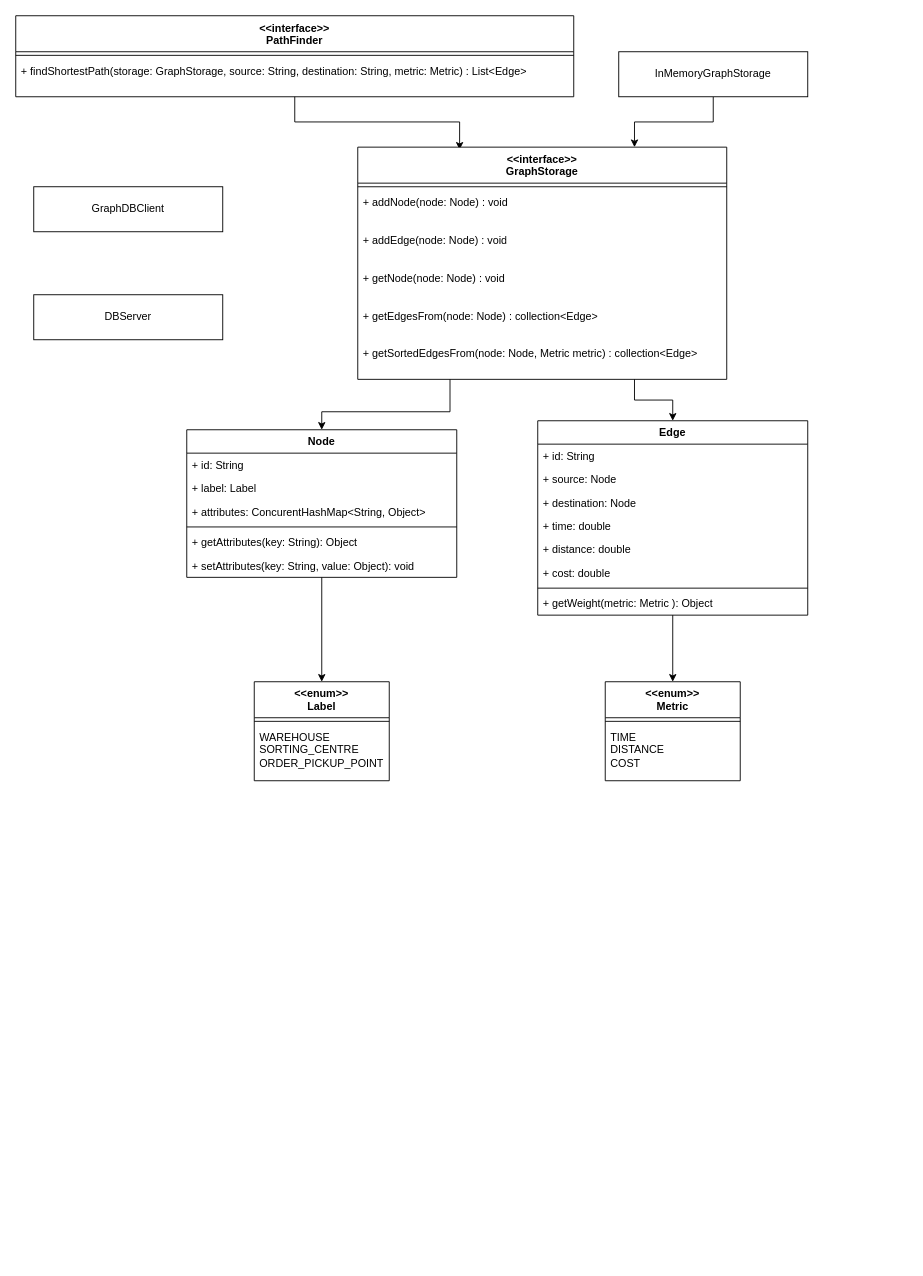
Before: page "Диаграмма классов" (1 of 2) of schema.drawio in burov-sa/distributed-logistics-graph-dbms, a draw.io diagram. Source tidied: cells renumbered, new cells numbered last; positions are measured from the earlier drawing's top-left corner, leaving out a move shared by most shapes. Both pictures are drawn from the tidied source at 90%, with x=0, y=0 at pixel (15, 15).
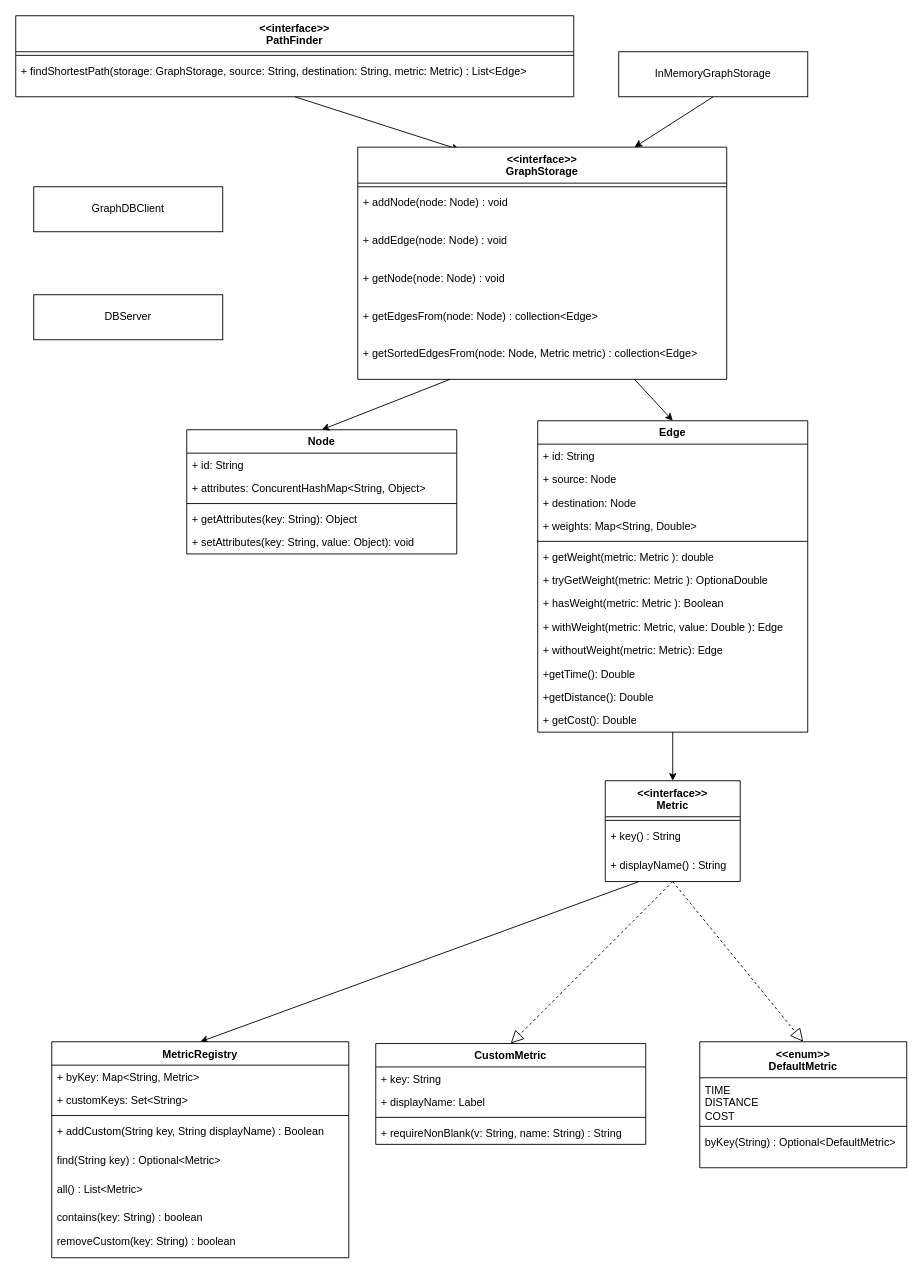
Above is the later version.

The change refers to these unchanged cells:
```xml
<mxCell id="3" value="&amp;lt;&amp;lt;interface&amp;gt;&amp;gt;&lt;div&gt;PathFinder&lt;/div&gt;" style="swimlane;fontStyle=1;align=center;verticalAlign=top;horizontal=1;startSize=40;whiteSpace=wrap;html=1;" parent="1" vertex="1">
  <mxGeometry width="620" height="90" as="geometry" />
</mxCell>
<mxCell id="29" value="&amp;lt;&amp;lt;interface&amp;gt;&amp;gt;&lt;div&gt;GraphStorage&lt;/div&gt;" style="swimlane;fontStyle=1;align=center;verticalAlign=top;horizontal=1;startSize=40;whiteSpace=wrap;html=1;" parent="1" vertex="1">
  <mxGeometry x="380" y="146" width="410" height="258" as="geometry" />
</mxCell>
<mxCell id="40" value="InMemoryGraphStorage" style="html=1;whiteSpace=wrap;" parent="1" vertex="1">
  <mxGeometry x="670" y="40" width="210" height="50" as="geometry" />
</mxCell>
```

The edit, as a diff of the source:
```diff
@@
-    <mxCell id="2" style="edgeStyle=orthogonalEdgeStyle;rounded=0;jettySize=auto;html=1;exitX=0.5;exitY=1;exitDx=0;exitDy=0;entryX=0.276;entryY=0.011;entryDx=0;entryDy=0;entryPerimeter=0;" parent="1" edge="1" source="3" target="29">
+    <mxCell id="2" style="rounded=0;jettySize=auto;html=1;exitX=0.5;exitY=1;exitDx=0;exitDy=0;entryX=0.276;entryY=0.011;entryDx=0;entryDy=0;entryPerimeter=0;" parent="1" edge="1" source="3" target="29">
       <mxGeometry relative="1" as="geometry" />
     </mxCell>
@@
-    <mxCell id="6" value="&amp;lt;&amp;lt;enum&amp;gt;&amp;gt;&lt;div&gt;Metric&lt;/div&gt;" style="swimlane;fontStyle=1;align=center;verticalAlign=top;horizontal=1;startSize=40;whiteSpace=wrap;html=1;" parent="1" vertex="1">
-      <mxGeometry x="655" y="740" width="150" height="110" as="geometry" />
+    <mxCell id="6" value="&amp;lt;&amp;lt;enum&amp;gt;&amp;gt;&lt;div&gt;DefaultMetric&lt;/div&gt;" style="swimlane;fontStyle=1;align=center;verticalAlign=top;horizontal=1;startSize=40;whiteSpace=wrap;html=1;" parent="1" vertex="1">
+      <mxGeometry x="760" y="1140" width="230" height="140" as="geometry" />
     </mxCell>
+    <mxCell id="43" value="TIME&lt;div&gt;DISTANCE&lt;/div&gt;&lt;div&gt;COST&lt;/div&gt;" style="text;strokeColor=none;fillColor=none;align=left;verticalAlign=top;spacingLeft=4;spacingRight=4;overflow=hidden;whiteSpace=wrap;html=1;" parent="6" vertex="1">
+      <mxGeometry y="40" width="230" height="50" as="geometry" />
+    </mxCell>
     <mxCell id="7" style="line;strokeWidth=1;fillColor=none;align=left;verticalAlign=middle;spacingTop=-1;spacingLeft=3;spacingRight=3;labelPosition=right;strokeColor=inherit;" parent="6" vertex="1">
-      <mxGeometry y="40" width="150" height="8" as="geometry" />
+      <mxGeometry y="90" width="230" height="8" as="geometry" />
     </mxCell>
-    <mxCell id="8" value="TIME&lt;div&gt;DISTANCE&lt;/div&gt;&lt;div&gt;COST&lt;/div&gt;" style="text;strokeColor=none;fillColor=none;align=left;verticalAlign=top;spacingLeft=4;spacingRight=4;overflow=hidden;whiteSpace=wrap;html=1;" parent="6" vertex="1">
-      <mxGeometry y="48" width="150" height="62" as="geometry" />
+    <mxCell id="8" value="byKey(String) : Optional&amp;lt;DefaultMetric&amp;gt;" style="text;strokeColor=none;fillColor=none;align=left;verticalAlign=top;spacingLeft=4;spacingRight=4;overflow=hidden;whiteSpace=wrap;html=1;" parent="6" vertex="1">
+      <mxGeometry y="98" width="230" height="42" as="geometry" />
     </mxCell>
-    <mxCell id="9" style="rounded=0;jettySize=auto;html=1;exitX=0.5;exitY=1;exitDx=0;exitDy=0;" parent="1" edge="1" source="10" target="36">
-      <mxGeometry relative="1" as="geometry" />
-    </mxCell>
     <mxCell id="10" value="Node" style="swimlane;fontStyle=1;align=center;verticalAlign=top;horizontal=1;startSize=26;whiteSpace=wrap;html=1;" parent="1" vertex="1">
-      <mxGeometry x="190" y="460" width="300" height="164" as="geometry" />
+      <mxGeometry x="190" y="460" width="300" height="138" as="geometry" />
     </mxCell>
@@
-    <mxCell id="12" value="+ label: Label" style="text;strokeColor=none;fillColor=none;align=left;verticalAlign=top;spacingLeft=4;spacingRight=4;overflow=hidden;whiteSpace=wrap;html=1;" parent="10" vertex="1">
-      <mxGeometry y="52" width="300" height="26" as="geometry" />
-    </mxCell>
     <mxCell id="13" value="+ attributes: ConcurentHashMap&amp;lt;String, Object&amp;gt;" style="text;strokeColor=none;fillColor=none;align=left;verticalAlign=top;spacingLeft=4;spacingRight=4;overflow=hidden;whiteSpace=wrap;html=1;" parent="10" vertex="1">
-      <mxGeometry y="78" width="300" height="26" as="geometry" />
+      <mxGeometry y="52" width="300" height="26" as="geometry" />
     </mxCell>
     <mxCell id="14" style="line;strokeWidth=1;fillColor=none;align=left;verticalAlign=middle;spacingTop=-1;spacingLeft=3;spacingRight=3;labelPosition=right;strokeColor=inherit;" parent="10" vertex="1">
-      <mxGeometry y="104" width="300" height="8" as="geometry" />
+      <mxGeometry y="78" width="300" height="8" as="geometry" />
     </mxCell>
     <mxCell id="15" value="+ getAttributes(key: String): Object" style="text;strokeColor=none;fillColor=none;align=left;verticalAlign=top;spacingLeft=4;spacingRight=4;overflow=hidden;whiteSpace=wrap;html=1;" parent="10" vertex="1">
-      <mxGeometry y="112" width="300" height="26" as="geometry" />
+      <mxGeometry y="86" width="300" height="26" as="geometry" />
     </mxCell>
     <mxCell id="16" value="+ setAttributes(key: String, value: Object): void" style="text;strokeColor=none;fillColor=none;align=left;verticalAlign=top;spacingLeft=4;spacingRight=4;overflow=hidden;whiteSpace=wrap;html=1;" parent="10" vertex="1">
-      <mxGeometry y="138" width="300" height="26" as="geometry" />
+      <mxGeometry y="112" width="300" height="26" as="geometry" />
     </mxCell>
-    <mxCell id="17" style="edgeStyle=none;rounded=0;jettySize=auto;html=1;exitX=0.5;exitY=1;exitDx=0;exitDy=0;entryX=0.5;entryY=0;entryDx=0;entryDy=0;" parent="1" edge="1" source="18" target="6">
-      <mxGeometry relative="1" as="geometry" />
-    </mxCell>
+    <mxCell id="44" style="edgeStyle=none;rounded=0;jettySize=auto;html=1;exitX=0.5;exitY=1;exitDx=0;exitDy=0;entryX=0.5;entryY=0;entryDx=0;entryDy=0;" parent="1" edge="1" source="18" target="53">
+      <mxGeometry relative="1" as="geometry" />
+    </mxCell>
     <mxCell id="18" value="Edge" style="swimlane;fontStyle=1;align=center;verticalAlign=top;horizontal=1;startSize=26;whiteSpace=wrap;html=1;" parent="1" vertex="1">
-      <mxGeometry x="580" y="450" width="300" height="216" as="geometry" />
+      <mxGeometry x="580" y="450" width="300" height="346" as="geometry" />
     </mxCell>
@@
-    <mxCell id="22" value="+ time: double" style="text;strokeColor=none;fillColor=none;align=left;verticalAlign=top;spacingLeft=4;spacingRight=4;overflow=hidden;whiteSpace=wrap;html=1;" parent="18" vertex="1">
-      <mxGeometry y="104" width="300" height="26" as="geometry" />
-    </mxCell>
-    <mxCell id="23" value="+ distance: double" style="text;strokeColor=none;fillColor=none;align=left;verticalAlign=top;spacingLeft=4;spacingRight=4;overflow=hidden;whiteSpace=wrap;html=1;" parent="18" vertex="1">
-      <mxGeometry y="130" width="300" height="26" as="geometry" />
-    </mxCell>
-    <mxCell id="24" value="+ cost: double" style="text;strokeColor=none;fillColor=none;align=left;verticalAlign=top;spacingLeft=4;spacingRight=4;overflow=hidden;whiteSpace=wrap;html=1;" parent="18" vertex="1">
-      <mxGeometry y="156" width="300" height="26" as="geometry" />
+    <mxCell id="24" value="+ weights: Map&amp;lt;String, Double&amp;gt;" style="text;strokeColor=none;fillColor=none;align=left;verticalAlign=top;spacingLeft=4;spacingRight=4;overflow=hidden;whiteSpace=wrap;html=1;" parent="18" vertex="1">
+      <mxGeometry y="104" width="300" height="26" as="geometry" />
     </mxCell>
     <mxCell id="25" style="line;strokeWidth=1;fillColor=none;align=left;verticalAlign=middle;spacingTop=-1;spacingLeft=3;spacingRight=3;labelPosition=right;strokeColor=inherit;" parent="18" vertex="1">
-      <mxGeometry y="182" width="300" height="8" as="geometry" />
+      <mxGeometry y="130" width="300" height="8" as="geometry" />
     </mxCell>
-    <mxCell id="26" value="+ getWeight(metric: Metric ): Object" style="text;strokeColor=none;fillColor=none;align=left;verticalAlign=top;spacingLeft=4;spacingRight=4;overflow=hidden;whiteSpace=wrap;html=1;" parent="18" vertex="1">
-      <mxGeometry y="190" width="300" height="26" as="geometry" />
+    <mxCell id="26" value="+ getWeight(metric: Metric ): double" style="text;strokeColor=none;fillColor=none;align=left;verticalAlign=top;spacingLeft=4;spacingRight=4;overflow=hidden;whiteSpace=wrap;html=1;" parent="18" vertex="1">
+      <mxGeometry y="138" width="300" height="26" as="geometry" />
     </mxCell>
+    <mxCell id="45" value="+ tryGetWeight(metric: Metric ): OptionaDouble" style="text;strokeColor=none;fillColor=none;align=left;verticalAlign=top;spacingLeft=4;spacingRight=4;overflow=hidden;whiteSpace=wrap;html=1;" parent="18" vertex="1">
+      <mxGeometry y="164" width="300" height="26" as="geometry" />
+    </mxCell>
+    <mxCell id="46" value="+ hasWeight(metric: Metric ): Boolean" style="text;strokeColor=none;fillColor=none;align=left;verticalAlign=top;spacingLeft=4;spacingRight=4;overflow=hidden;whiteSpace=wrap;html=1;" parent="18" vertex="1">
+      <mxGeometry y="190" width="300" height="26" as="geometry" />
+    </mxCell>
+    <mxCell id="47" value="+ withWeight(metric: Metric, value: Double ): Edge" style="text;strokeColor=none;fillColor=none;align=left;verticalAlign=top;spacingLeft=4;spacingRight=4;overflow=hidden;whiteSpace=wrap;html=1;" parent="18" vertex="1">
+      <mxGeometry y="216" width="300" height="26" as="geometry" />
+    </mxCell>
+    <mxCell id="48" value="+ withoutWeight(metric: Metric): Edge" style="text;strokeColor=none;fillColor=none;align=left;verticalAlign=top;spacingLeft=4;spacingRight=4;overflow=hidden;whiteSpace=wrap;html=1;" parent="18" vertex="1">
+      <mxGeometry y="242" width="300" height="26" as="geometry" />
+    </mxCell>
+    <mxCell id="49" value="+getTime(): Double" style="text;strokeColor=none;fillColor=none;align=left;verticalAlign=top;spacingLeft=4;spacingRight=4;overflow=hidden;whiteSpace=wrap;html=1;" parent="18" vertex="1">
+      <mxGeometry y="268" width="300" height="26" as="geometry" />
+    </mxCell>
+    <mxCell id="50" value="+getDistance(): Double" style="text;strokeColor=none;fillColor=none;align=left;verticalAlign=top;spacingLeft=4;spacingRight=4;overflow=hidden;whiteSpace=wrap;html=1;" parent="18" vertex="1">
+      <mxGeometry y="294" width="300" height="26" as="geometry" />
+    </mxCell>
+    <mxCell id="51" value="+ getCost(): Double" style="text;strokeColor=none;fillColor=none;align=left;verticalAlign=top;spacingLeft=4;spacingRight=4;overflow=hidden;whiteSpace=wrap;html=1;" parent="18" vertex="1">
+      <mxGeometry y="320" width="300" height="26" as="geometry" />
+    </mxCell>
-    <mxCell id="27" style="edgeStyle=orthogonalEdgeStyle;rounded=0;libavoidRouting=1;jettySize=auto;html=1;exitX=0.25;exitY=1;exitDx=0;exitDy=0;entryX=0.5;entryY=0;entryDx=0;entryDy=0;" parent="1" edge="1" source="29" target="10">
-      <mxGeometry relative="1" as="geometry">
-        <Array as="points">
-          <mxPoint x="483" y="440" />
-          <mxPoint x="340" y="440" />
-        </Array>
-      </mxGeometry>
+    <mxCell id="27" style="rounded=0;jettySize=auto;html=1;exitX=0.25;exitY=1;exitDx=0;exitDy=0;entryX=0.5;entryY=0;entryDx=0;entryDy=0;" parent="1" edge="1" source="29" target="10">
+      <mxGeometry relative="1" as="geometry" />
     </mxCell>
-    <mxCell id="28" style="edgeStyle=orthogonalEdgeStyle;rounded=0;jettySize=auto;html=1;exitX=0.75;exitY=1;exitDx=0;exitDy=0;entryX=0.5;entryY=0;entryDx=0;entryDy=0;" parent="1" edge="1" source="29" target="18">
+    <mxCell id="28" style="rounded=0;jettySize=auto;html=1;exitX=0.75;exitY=1;exitDx=0;exitDy=0;entryX=0.5;entryY=0;entryDx=0;entryDy=0;" parent="1" edge="1" source="29" target="18">
       <mxGeometry relative="1" as="geometry" />
     </mxCell>
@@
-    <mxCell id="36" value="&amp;lt;&amp;lt;enum&amp;gt;&amp;gt;&lt;div&gt;Label&lt;/div&gt;" style="swimlane;fontStyle=1;align=center;verticalAlign=top;horizontal=1;startSize=40;whiteSpace=wrap;html=1;" parent="1" vertex="1">
-      <mxGeometry x="265" y="740" width="150" height="110" as="geometry" />
-    </mxCell>
-    <mxCell id="37" style="line;strokeWidth=1;fillColor=none;align=left;verticalAlign=middle;spacingTop=-1;spacingLeft=3;spacingRight=3;labelPosition=right;strokeColor=inherit;" parent="36" vertex="1">
-      <mxGeometry y="40" width="150" height="8" as="geometry" />
-    </mxCell>
-    <mxCell id="38" value="WAREHOUSE&lt;br&gt;&lt;div&gt;SORTING_CENTRE&lt;/div&gt;&lt;div&gt;ORDER_PICKUP_POINT&lt;/div&gt;" style="text;strokeColor=none;fillColor=none;align=left;verticalAlign=top;spacingLeft=4;spacingRight=4;overflow=hidden;whiteSpace=wrap;html=1;" parent="36" vertex="1">
-      <mxGeometry y="48" width="150" height="62" as="geometry" />
-    </mxCell>
-    <mxCell id="39" style="edgeStyle=orthogonalEdgeStyle;rounded=0;jettySize=auto;html=1;exitX=0.5;exitY=1;exitDx=0;exitDy=0;entryX=0.75;entryY=0;entryDx=0;entryDy=0;" parent="1" edge="1" source="40" target="29">
+    <mxCell id="39" style="rounded=0;jettySize=auto;html=1;exitX=0.5;exitY=1;exitDx=0;exitDy=0;entryX=0.75;entryY=0;entryDx=0;entryDy=0;" parent="1" edge="1" source="40" target="29">
       <mxGeometry relative="1" as="geometry" />
     </mxCell>
@@
+    <mxCell id="52" style="rounded=0;jettySize=auto;html=1;exitX=0.25;exitY=1;exitDx=0;exitDy=0;entryX=0.5;entryY=0;entryDx=0;entryDy=0;" parent="1" edge="1" source="53" target="63">
+      <mxGeometry relative="1" as="geometry" />
+    </mxCell>
+    <mxCell id="53" value="&amp;lt;&amp;lt;interface&amp;gt;&amp;gt;&lt;div&gt;Metric&lt;/div&gt;" style="swimlane;fontStyle=1;align=center;verticalAlign=top;horizontal=1;startSize=40;whiteSpace=wrap;html=1;" parent="1" vertex="1">
+      <mxGeometry x="655" y="850" width="150" height="112" as="geometry" />
+    </mxCell>
+    <mxCell id="37" style="line;strokeWidth=1;fillColor=none;align=left;verticalAlign=middle;spacingTop=-1;spacingLeft=3;spacingRight=3;labelPosition=right;strokeColor=inherit;" parent="53" vertex="1">
+      <mxGeometry y="40" width="150" height="8" as="geometry" />
+    </mxCell>
+    <mxCell id="54" value="+ key() : String" style="text;strokeColor=none;fillColor=none;align=left;verticalAlign=top;spacingLeft=4;spacingRight=4;overflow=hidden;whiteSpace=wrap;html=1;" parent="53" vertex="1">
+      <mxGeometry y="48" width="150" height="32" as="geometry" />
+    </mxCell>
+    <mxCell id="55" value="+ displayName() : String" style="text;strokeColor=none;fillColor=none;align=left;verticalAlign=top;spacingLeft=4;spacingRight=4;overflow=hidden;whiteSpace=wrap;html=1;" parent="53" vertex="1">
+      <mxGeometry y="80" width="150" height="32" as="geometry" />
+    </mxCell>
+    <mxCell id="56" style="endArrow=block;dashed=1;endFill=0;endSize=12;html=1;rounded=0;exitX=0.5;exitY=1;exitDx=0;exitDy=0;entryX=0.5;entryY=0;entryDx=0;entryDy=0;" parent="1" edge="1" source="53" target="6">
+      <mxGeometry relative="1" as="geometry" />
+    </mxCell>
+    <mxCell id="57" value="CustomMetric" style="swimlane;fontStyle=1;align=center;verticalAlign=top;horizontal=1;startSize=26;whiteSpace=wrap;html=1;" parent="1" vertex="1">
+      <mxGeometry x="400" y="1142" width="300" height="112" as="geometry" />
+    </mxCell>
+    <mxCell id="58" value="+ key: String" style="text;strokeColor=none;fillColor=none;align=left;verticalAlign=top;spacingLeft=4;spacingRight=4;overflow=hidden;whiteSpace=wrap;html=1;" parent="57" vertex="1">
+      <mxGeometry y="26" width="300" height="26" as="geometry" />
+    </mxCell>
+    <mxCell id="59" value="+ displayName: Label" style="text;strokeColor=none;fillColor=none;align=left;verticalAlign=top;spacingLeft=4;spacingRight=4;overflow=hidden;whiteSpace=wrap;html=1;" parent="57" vertex="1">
+      <mxGeometry y="52" width="300" height="26" as="geometry" />
+    </mxCell>
+    <mxCell id="60" style="line;strokeWidth=1;fillColor=none;align=left;verticalAlign=middle;spacingTop=-1;spacingLeft=3;spacingRight=3;labelPosition=right;strokeColor=inherit;" parent="57" vertex="1">
+      <mxGeometry y="78" width="300" height="8" as="geometry" />
+    </mxCell>
+    <mxCell id="61" value="+ requireNonBlank(v: String, name: String) : String" style="text;strokeColor=none;fillColor=none;align=left;verticalAlign=top;spacingLeft=4;spacingRight=4;overflow=hidden;whiteSpace=wrap;html=1;" parent="57" vertex="1">
+      <mxGeometry y="86" width="300" height="26" as="geometry" />
+    </mxCell>
+    <mxCell id="62" style="endArrow=block;dashed=1;endFill=0;endSize=12;html=1;rounded=0;exitX=0.5;exitY=1;exitDx=0;exitDy=0;entryX=0.5;entryY=0;entryDx=0;entryDy=0;" parent="1" edge="1" source="53" target="57">
+      <mxGeometry relative="1" as="geometry" />
+    </mxCell>
+    <mxCell id="63" value="MetricRegistry" style="swimlane;fontStyle=1;align=center;verticalAlign=top;horizontal=1;startSize=26;whiteSpace=wrap;html=1;" parent="1" vertex="1">
+      <mxGeometry x="40" y="1140" width="330" height="240" as="geometry" />
+    </mxCell>
+    <mxCell id="64" value="+ byKey: Map&amp;lt;String, Metric&amp;gt;&amp;nbsp;" style="text;strokeColor=none;fillColor=none;align=left;verticalAlign=top;spacingLeft=4;spacingRight=4;overflow=hidden;whiteSpace=wrap;html=1;" parent="63" vertex="1">
+      <mxGeometry y="26" width="330" height="26" as="geometry" />
+    </mxCell>
+    <mxCell id="65" value="+ customKeys: Set&amp;lt;String&amp;gt;" style="text;strokeColor=none;fillColor=none;align=left;verticalAlign=top;spacingLeft=4;spacingRight=4;overflow=hidden;whiteSpace=wrap;html=1;" parent="63" vertex="1">
+      <mxGeometry y="52" width="330" height="26" as="geometry" />
+    </mxCell>
+    <mxCell id="66" style="line;strokeWidth=1;fillColor=none;align=left;verticalAlign=middle;spacingTop=-1;spacingLeft=3;spacingRight=3;labelPosition=right;strokeColor=inherit;" parent="63" vertex="1">
+      <mxGeometry y="78" width="330" height="8" as="geometry" />
+    </mxCell>
+    <mxCell id="67" value="+ addCustom(String key, String displayName) : Boolean" style="text;strokeColor=none;fillColor=none;align=left;verticalAlign=top;spacingLeft=4;spacingRight=4;overflow=hidden;whiteSpace=wrap;html=1;" parent="63" vertex="1">
+      <mxGeometry y="86" width="330" height="32" as="geometry" />
+    </mxCell>
+    <mxCell id="68" value="find(String key) : Optional&amp;lt;Metric&amp;gt;&amp;nbsp;" style="text;strokeColor=none;fillColor=none;align=left;verticalAlign=top;spacingLeft=4;spacingRight=4;overflow=hidden;whiteSpace=wrap;html=1;" parent="63" vertex="1">
+      <mxGeometry y="118" width="330" height="32" as="geometry" />
+    </mxCell>
+    <mxCell id="69" value="all() : List&amp;lt;Metric&amp;gt;&amp;nbsp;" style="text;strokeColor=none;fillColor=none;align=left;verticalAlign=top;spacingLeft=4;spacingRight=4;overflow=hidden;whiteSpace=wrap;html=1;" parent="63" vertex="1">
+      <mxGeometry y="150" width="330" height="32" as="geometry" />
+    </mxCell>
+    <mxCell id="70" value="contains(key: String) : boolean&amp;nbsp;" style="text;strokeColor=none;fillColor=none;align=left;verticalAlign=top;spacingLeft=4;spacingRight=4;overflow=hidden;whiteSpace=wrap;html=1;" parent="63" vertex="1">
+      <mxGeometry y="182" width="330" height="26" as="geometry" />
+    </mxCell>
+    <mxCell id="71" value="removeCustom(key: String) : boolean" style="text;strokeColor=none;fillColor=none;align=left;verticalAlign=top;spacingLeft=4;spacingRight=4;overflow=hidden;whiteSpace=wrap;html=1;" parent="63" vertex="1">
+      <mxGeometry y="208" width="330" height="32" as="geometry" />
+    </mxCell>
```
